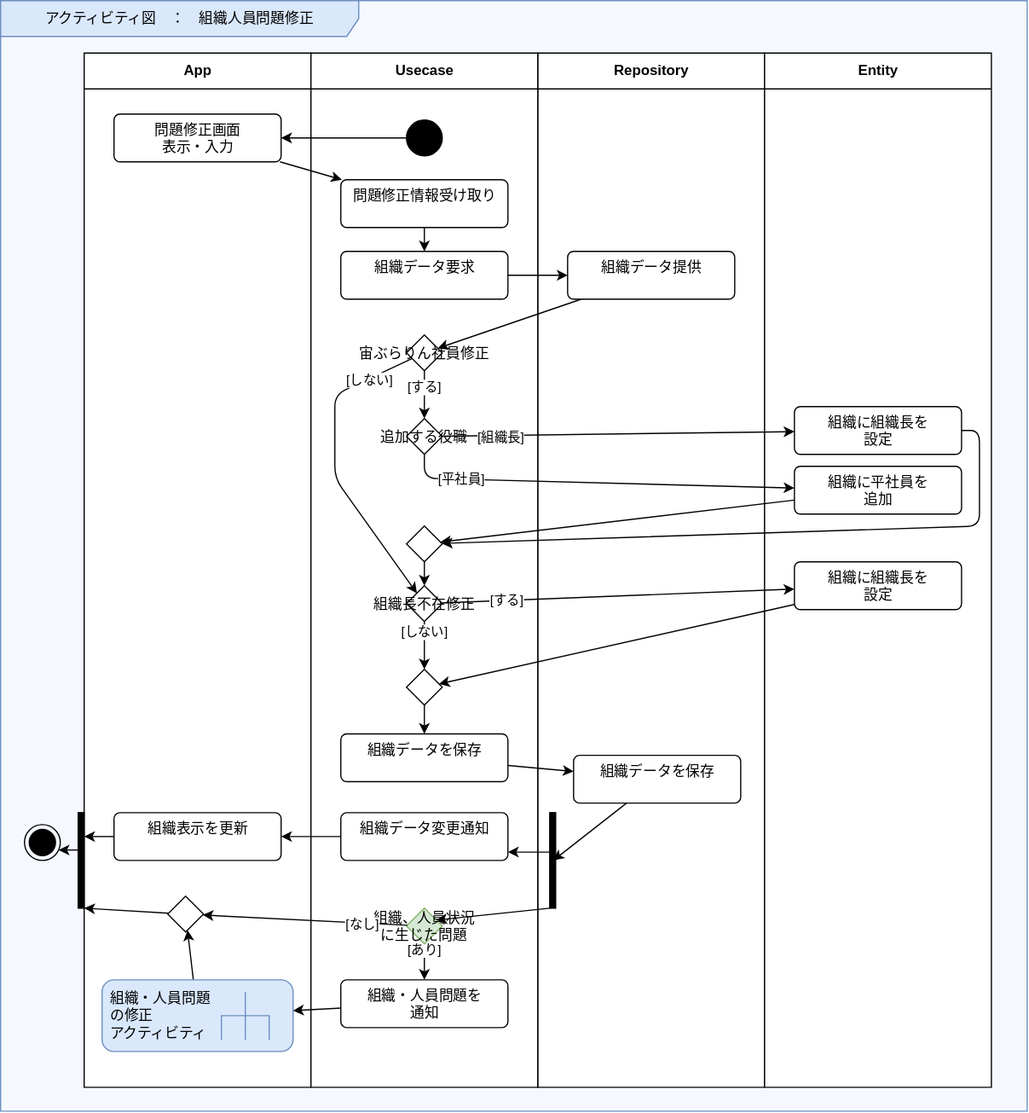
Before: Designs/アクティビティ/組織人員問題修正.svg, a diagram exported from draw.io (bosssanovar/LightMvvmSample). Source tidied: cells renumbered, new cells last; positions are measured from the earlier drawing's top-left corner, leaving out a move shared by most shapes.
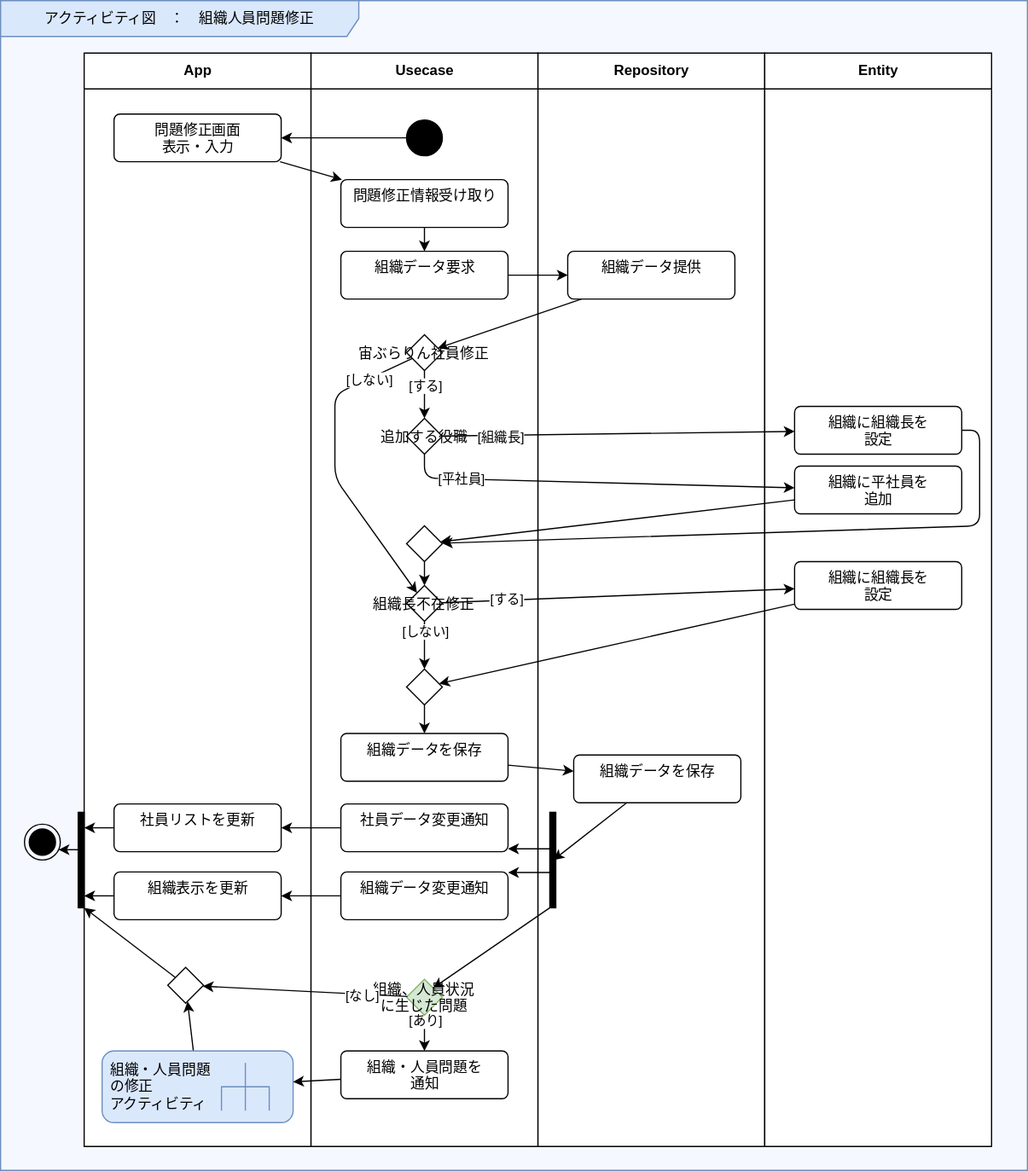
Later version of the same file.

Commit message:
組織人員問題修正アクティビティに社員データ変更通知を追加

Diff of the diagram source:
```diff
@@ -3,10 +3,10 @@
     <mxCell id="0" />
     <mxCell id="1" parent="0" />
     <mxCell id="2" value="アクティビティ図　：　組織人員問題修正" style="shape=umlFrame;whiteSpace=wrap;html=1;swimlaneFillColor=#F5F8FF;width=300;height=30;fillColor=#dae8fc;strokeColor=#6c8ebf;" parent="1" vertex="1">
-      <mxGeometry width="860" height="930" as="geometry" />
+      <mxGeometry width="860" height="980" as="geometry" />
     </mxCell>
     <mxCell id="3" value="Repository" style="swimlane;fontStyle=1;align=center;horizontal=1;startSize=30;html=1;swimlaneFillColor=#FFFFFF;" parent="1" vertex="1">
-      <mxGeometry x="450" y="44" width="190" height="866" as="geometry" />
+      <mxGeometry x="450" y="44" width="190" height="916" as="geometry" />
     </mxCell>
     <mxCell id="4" value="組織データ提供" style="html=1;align=center;verticalAlign=top;rounded=1;absoluteArcSize=1;arcSize=10;dashed=0;" parent="3" vertex="1">
       <mxGeometry x="25" y="166" width="140" height="40" as="geometry" />
@@ -15,7 +15,7 @@
       <mxGeometry x="30" y="588" width="140" height="40" as="geometry" />
     </mxCell>
     <mxCell id="6" value="Entity" style="swimlane;fontStyle=1;align=center;horizontal=1;startSize=30;html=1;swimlaneFillColor=#FFFFFF;" parent="1" vertex="1">
-      <mxGeometry x="640" y="44" width="190" height="866" as="geometry" />
+      <mxGeometry x="640" y="44" width="190" height="916" as="geometry" />
     </mxCell>
     <mxCell id="7" value="組織に組織長を&lt;br&gt;設定" style="html=1;align=center;verticalAlign=top;rounded=1;absoluteArcSize=1;arcSize=10;dashed=0;" parent="6" vertex="1">
       <mxGeometry x="25" y="296" width="140" height="40" as="geometry" />
@@ -27,13 +27,13 @@
       <mxGeometry x="25" y="426" width="140" height="40" as="geometry" />
     </mxCell>
     <mxCell id="10" value="App" style="swimlane;fontStyle=1;align=center;horizontal=1;startSize=30;html=1;swimlaneFillColor=#FFFFFF;" parent="1" vertex="1">
-      <mxGeometry x="70" y="44" width="190" height="866" as="geometry" />
+      <mxGeometry x="70" y="44" width="190" height="916" as="geometry" />
     </mxCell>
     <mxCell id="11" value="問題修正画面&lt;br&gt;表示・入力" style="html=1;align=center;verticalAlign=top;rounded=1;absoluteArcSize=1;arcSize=10;dashed=0;" parent="10" vertex="1">
       <mxGeometry x="25" y="51" width="140" height="40" as="geometry" />
     </mxCell>
     <mxCell id="12" value="Usecase" style="swimlane;fontStyle=1;align=center;horizontal=1;startSize=30;html=1;swimlaneFillColor=#FFFFFF;" parent="1" vertex="1">
-      <mxGeometry x="260" y="44" width="190" height="866" as="geometry" />
+      <mxGeometry x="260" y="44" width="190" height="916" as="geometry" />
     </mxCell>
     <mxCell id="13" style="ellipse;fillColor=strokeColor;" parent="12" vertex="1">
       <mxGeometry x="80" y="56" width="30" height="30" as="geometry" />
@@ -147,6 +147,9 @@
         <mxPoint x="463" y="720" as="targetPoint" />
       </mxGeometry>
     </mxCell>
+    <mxCell id="67" style="edgeStyle=none;html=1;" parent="1" edge="1" source="45" target="71">
+      <mxGeometry relative="1" as="geometry" />
+    </mxCell>
     <mxCell id="45" style="html=1;points=[];perimeter=orthogonalPerimeter;fillColor=strokeColor;" parent="1" vertex="1">
       <mxGeometry x="460" y="680" width="5" height="80" as="geometry" />
     </mxCell>
@@ -154,7 +157,7 @@
       <mxGeometry relative="1" as="geometry" />
     </mxCell>
     <mxCell id="47" value="組織表示を更新" style="html=1;align=center;verticalAlign=top;rounded=1;absoluteArcSize=1;arcSize=10;dashed=0;" parent="1" vertex="1">
-      <mxGeometry x="95" y="680" width="140" height="40" as="geometry" />
+      <mxGeometry x="95" y="730" width="140" height="40" as="geometry" />
     </mxCell>
     <mxCell id="48" style="html=1;points=[];perimeter=orthogonalPerimeter;fillColor=strokeColor;" parent="1" vertex="1">
       <mxGeometry x="65" y="680" width="5" height="80" as="geometry" />
@@ -163,16 +166,16 @@
       <mxGeometry relative="1" as="geometry" />
     </mxCell>
     <mxCell id="50" style="rhombus;" parent="1" vertex="1">
-      <mxGeometry x="140" y="750" width="30" height="30" as="geometry" />
+      <mxGeometry x="140" y="810" width="30" height="30" as="geometry" />
     </mxCell>
     <mxCell id="51" style="edgeStyle=none;html=1;" parent="1" edge="1" source="52" target="50">
       <mxGeometry relative="1" as="geometry" />
     </mxCell>
     <mxCell id="52" value="組織・人員問題&lt;br&gt;の修正&lt;br&gt;アクティビティ" style="shape=mxgraph.uml25.behaviorAction;html=1;rounded=1;absoluteArcSize=1;arcSize=10;align=left;spacingLeft=5;fillColor=#dae8fc;strokeColor=#6c8ebf;" parent="1" vertex="1">
-      <mxGeometry x="85" y="820" width="160" height="60" as="geometry" />
+      <mxGeometry x="85" y="880" width="160" height="60" as="geometry" />
     </mxCell>
     <mxCell id="53" value="組織データ変更通知" style="html=1;align=center;verticalAlign=top;rounded=1;absoluteArcSize=1;arcSize=10;dashed=0;" parent="1" vertex="1">
-      <mxGeometry x="285" y="680" width="140" height="40" as="geometry" />
+      <mxGeometry x="285" y="730" width="140" height="40" as="geometry" />
     </mxCell>
     <mxCell id="54" style="edgeStyle=none;html=1;" parent="1" edge="1" source="56" target="57">
       <mxGeometry relative="1" as="geometry" />
@@ -181,10 +184,10 @@
       <mxGeometry x="-0.69" relative="1" as="geometry" />
     </mxCell>
     <mxCell id="56" value="組織、人員状況&#10;に生じた問題" style="rhombus;fillColor=#d5e8d4;strokeColor=#82b366;" parent="1" vertex="1">
-      <mxGeometry x="340" y="760" width="30" height="30" as="geometry" />
+      <mxGeometry x="340" y="820" width="30" height="30" as="geometry" />
     </mxCell>
     <mxCell id="57" value="組織・人員問題を&lt;br&gt;通知" style="html=1;align=center;verticalAlign=top;rounded=1;absoluteArcSize=1;arcSize=10;dashed=0;" parent="1" vertex="1">
-      <mxGeometry x="285" y="820" width="140" height="40" as="geometry" />
+      <mxGeometry x="285" y="880" width="140" height="40" as="geometry" />
     </mxCell>
     <mxCell id="58" style="edgeStyle=none;html=1;" parent="1" edge="1" source="30" target="5">
       <mxGeometry relative="1" as="geometry" />
@@ -213,5 +216,17 @@
     <mxCell id="66" style="edgeStyle=none;html=1;" parent="1" edge="1" source="57" target="52">
       <mxGeometry relative="1" as="geometry" />
     </mxCell>
+    <mxCell id="68" style="edgeStyle=none;html=1;" parent="1" edge="1" source="69" target="48">
+      <mxGeometry relative="1" as="geometry" />
+    </mxCell>
+    <mxCell id="69" value="社員リストを更新" style="html=1;align=center;verticalAlign=top;rounded=1;absoluteArcSize=1;arcSize=10;dashed=0;" parent="1" vertex="1">
+      <mxGeometry x="95" y="673" width="140" height="40" as="geometry" />
+    </mxCell>
+    <mxCell id="70" style="edgeStyle=none;html=1;" parent="1" edge="1" source="71" target="69">
+      <mxGeometry relative="1" as="geometry" />
+    </mxCell>
+    <mxCell id="71" value="社員データ変更通知" style="html=1;align=center;verticalAlign=top;rounded=1;absoluteArcSize=1;arcSize=10;dashed=0;" parent="1" vertex="1">
+      <mxGeometry x="285" y="673" width="140" height="40" as="geometry" />
+    </mxCell>
   </root>
 </mxGraphModel>
```
